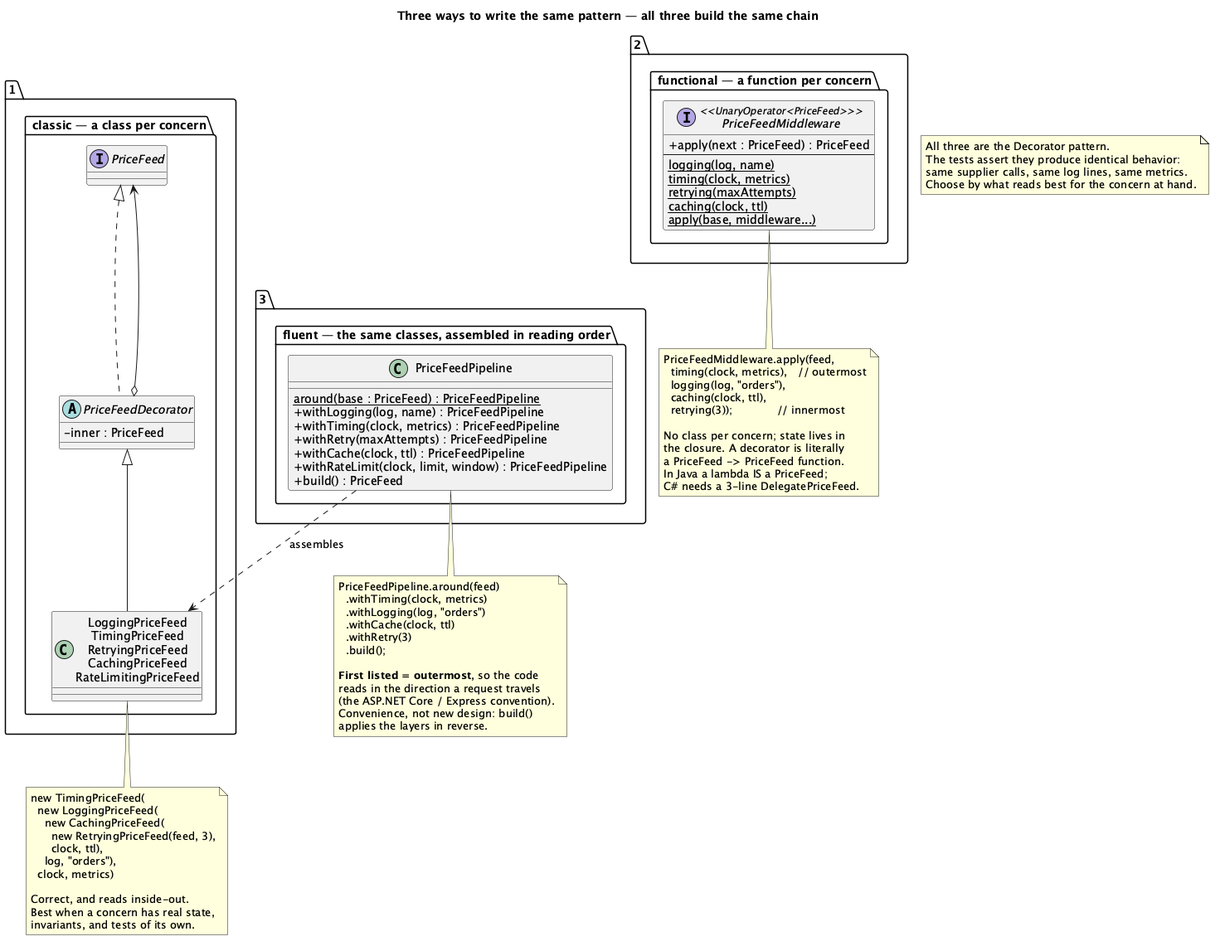
The PlantUML diagram src/main/java/dev/kaldiroglu/dp/structural/decorator/middleware/solution/uml/Decorator-Middleware-Variations.png in kaldiroglu/DesignPatternsWithJava, before a commit. Its source is kept beside it as src/main/java/dev/kaldiroglu/dp/structural/decorator/middleware/solution/uml/decorator-middleware-variations.puml.
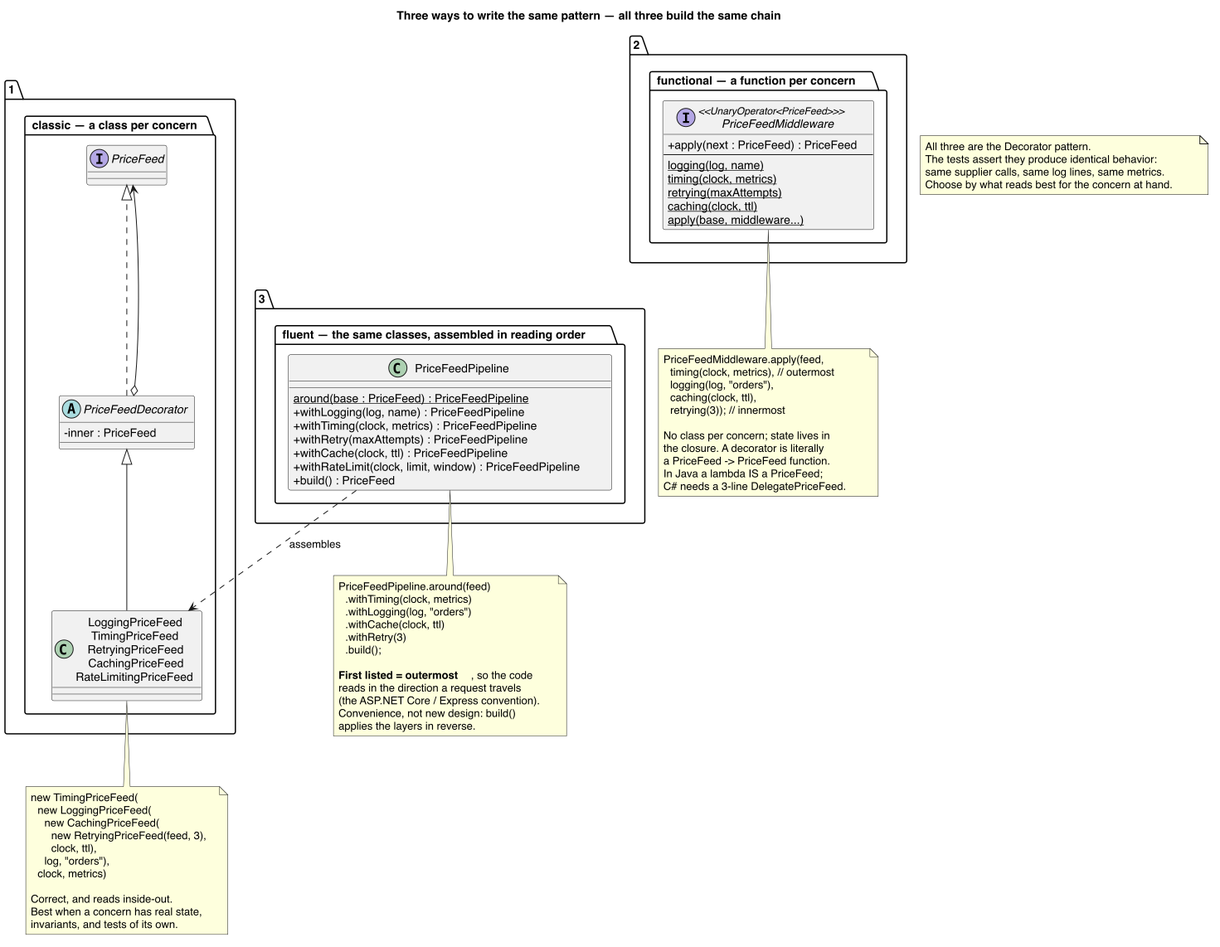
After the change.

Change to the diagram source:
```diff
@@ -1,4 +1,5 @@
 @startuml Decorator-Middleware-Variations
+skinparam linetype polyline
 skinparam classAttributeIconSize 0
 title Three ways to write the same pattern — all three build the same chain
 
@@ -10,7 +11,6 @@
   class "LoggingPriceFeed\nTimingPriceFeed\nRetryingPriceFeed\nCachingPriceFeed\nRateLimitingPriceFeed" as Concretes
 
   PriceFeed <|.. PriceFeedDecorator
-  PriceFeedDecorator o--> PriceFeed
   PriceFeedDecorator <|-- Concretes
 }
 note bottom of Concretes
@@ -62,7 +62,6 @@
     + withRateLimit(clock, limit, window) : PriceFeedPipeline
     + build() : PriceFeed
   }
-  PriceFeedPipeline ..> Concretes : assembles
 }
 note bottom of PriceFeedPipeline
   PriceFeedPipeline.around(feed)
@@ -86,4 +85,6 @@
   Choose by what reads best for the concern at hand.
 end note
 
+  PriceFeedDecorator o--> PriceFeed
+  PriceFeedPipeline ..> Concretes : assembles
 @enduml
```
